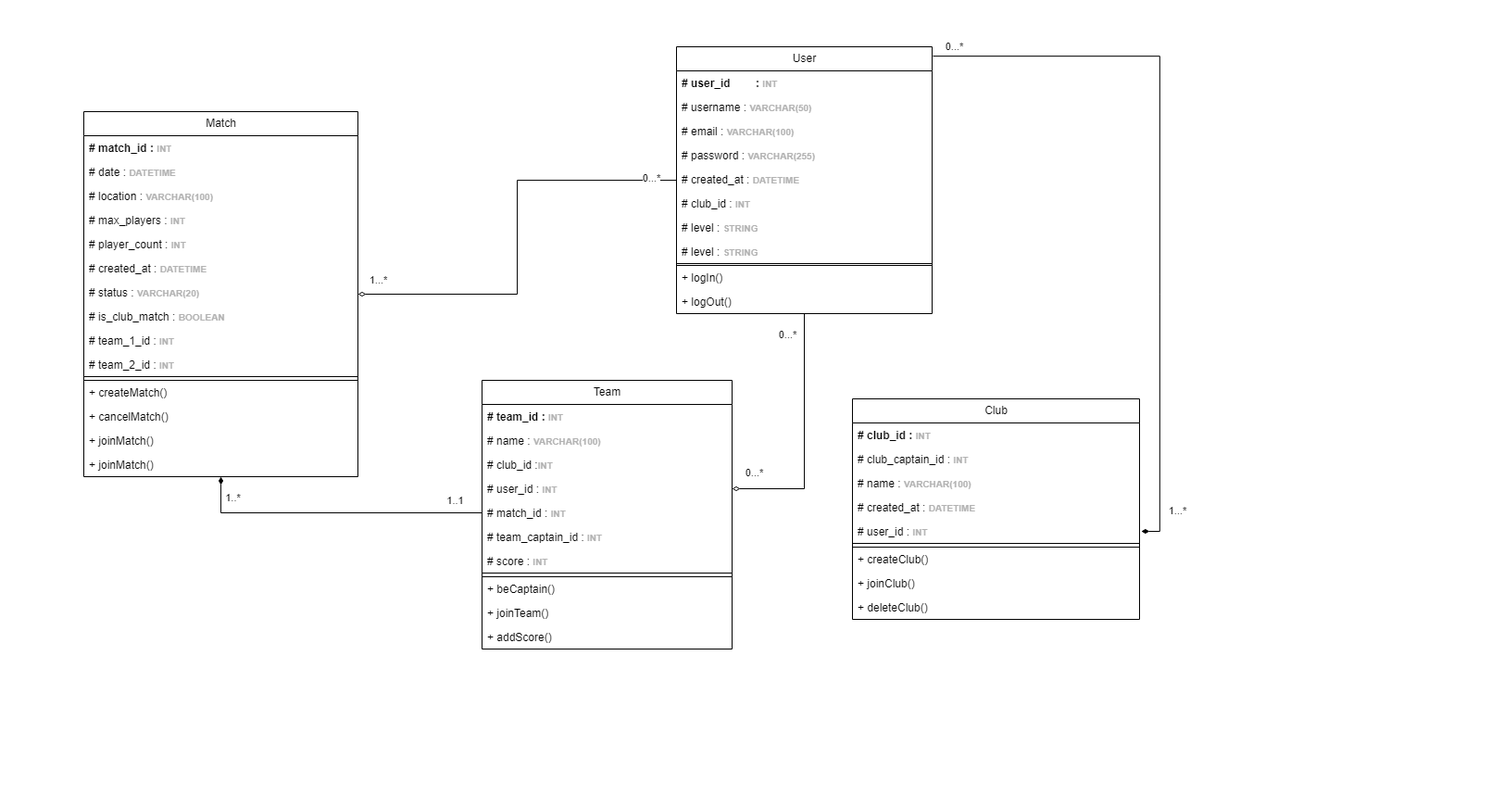
Before: UML Classes.drawio.png, a diagram exported from draw.io (Mathistrg/Styx). Source tidied: cells renumbered, new cells last; positions are measured from the earlier drawing's top-left corner, leaving out a move shared by most shapes.
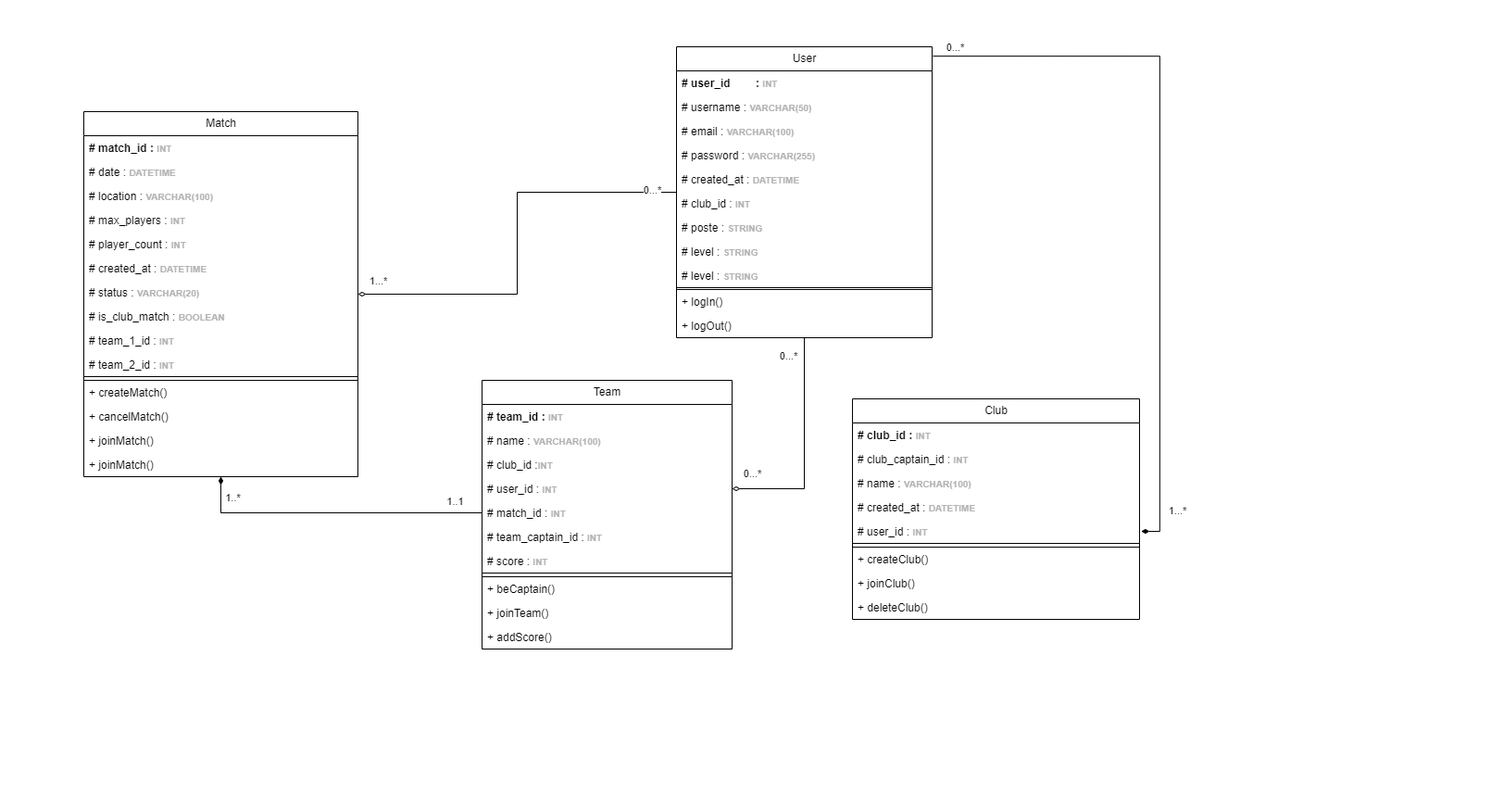
The same file after the commit.

Commit message:
Mettre à jour UML Classes.drawio.png

Change to the diagram source:
```diff
@@ -6,7 +6,7 @@
       <mxGeometry width="1610" height="870" as="geometry" />
     </mxCell>
     <mxCell id="3" value="User" style="swimlane;fontStyle=0;horizontal=1;startSize=26;fillColor=none;html=1;" parent="1" vertex="1">
-      <mxGeometry x="730" y="50" width="276" height="288" as="geometry" />
+      <mxGeometry x="730" y="50" width="276" height="314" as="geometry" />
     </mxCell>
     <mxCell id="4" value="&lt;b&gt;# user_id&lt;span style=&quot;white-space: pre;&quot;&gt;&#9;&lt;/span&gt;:&amp;nbsp;&lt;font style=&quot;font-size: 10px; color: rgb(179, 179, 179);&quot;&gt;INT&amp;nbsp;&lt;/font&gt;&lt;/b&gt;" style="text;strokeColor=none;fillColor=none;align=left;verticalAlign=top;spacingLeft=4;spacingRight=4;overflow=hidden;whiteSpace=wrap;html=1;" parent="3" vertex="1">
       <mxGeometry y="26" width="276" height="26" as="geometry" />
@@ -26,20 +26,23 @@
     <mxCell id="9" value="# club_id :&amp;nbsp;&lt;font color=&quot;#b3b3b3&quot;&gt;&lt;span style=&quot;font-size: 10px;&quot;&gt;&lt;b&gt;INT&amp;nbsp;&lt;/b&gt;&lt;/span&gt;&lt;/font&gt;" style="text;strokeColor=none;fillColor=none;align=left;verticalAlign=top;spacingLeft=4;spacingRight=4;overflow=hidden;whiteSpace=wrap;html=1;" parent="3" vertex="1">
       <mxGeometry y="156" width="276" height="26" as="geometry" />
     </mxCell>
+    <mxCell id="65" value="# poste :&amp;nbsp;&lt;font color=&quot;#b3b3b3&quot;&gt;&lt;span style=&quot;font-size: 10px;&quot;&gt;&lt;b&gt;STRING&amp;nbsp;&lt;/b&gt;&lt;/span&gt;&lt;/font&gt;" style="text;strokeColor=none;fillColor=none;align=left;verticalAlign=top;spacingLeft=4;spacingRight=4;overflow=hidden;whiteSpace=wrap;html=1;" parent="3" vertex="1">
+      <mxGeometry y="182" width="276" height="26" as="geometry" />
+    </mxCell>
     <mxCell id="10" value="# level :&amp;nbsp;&lt;b style=&quot;color: rgb(179, 179, 179); font-size: 10px;&quot;&gt;STRING&lt;/b&gt;" style="text;strokeColor=none;fillColor=none;align=left;verticalAlign=top;spacingLeft=4;spacingRight=4;overflow=hidden;whiteSpace=wrap;html=1;" parent="3" vertex="1">
-      <mxGeometry y="182" width="276" height="26" as="geometry" />
+      <mxGeometry y="208" width="276" height="26" as="geometry" />
     </mxCell>
     <mxCell id="11" value="# level :&amp;nbsp;&lt;b style=&quot;color: rgb(179, 179, 179); font-size: 10px;&quot;&gt;STRING&lt;/b&gt;" style="text;strokeColor=none;fillColor=none;align=left;verticalAlign=top;spacingLeft=4;spacingRight=4;overflow=hidden;whiteSpace=wrap;html=1;" parent="3" vertex="1">
-      <mxGeometry y="208" width="276" height="26" as="geometry" />
+      <mxGeometry y="234" width="276" height="26" as="geometry" />
     </mxCell>
     <mxCell id="12" value="club_id&lt;span style=&quot;white-space: pre;&quot;&gt;&#9;&lt;/span&gt;&lt;span style=&quot;white-space: pre;&quot;&gt;&#9;&lt;/span&gt;&lt;font color=&quot;#b3b3b3&quot;&gt;&lt;span style=&quot;font-size: 10px;&quot;&gt;&lt;b&gt;INT&amp;nbsp;&lt;/b&gt;&lt;/span&gt;&lt;/font&gt;" style="text;strokeColor=default;fillColor=none;align=left;verticalAlign=top;spacingLeft=4;spacingRight=4;overflow=hidden;whiteSpace=wrap;html=1;" parent="3" vertex="1">
-      <mxGeometry y="234" width="276" height="2" as="geometry" />
+      <mxGeometry y="260" width="276" height="2" as="geometry" />
     </mxCell>
     <mxCell id="13" value="+ logIn()" style="text;strokeColor=none;fillColor=none;align=left;verticalAlign=top;spacingLeft=4;spacingRight=4;overflow=hidden;whiteSpace=wrap;html=1;" parent="3" vertex="1">
-      <mxGeometry y="236" width="276" height="26" as="geometry" />
+      <mxGeometry y="262" width="276" height="26" as="geometry" />
     </mxCell>
     <mxCell id="14" value="+ logOut()" style="text;strokeColor=none;fillColor=none;align=left;verticalAlign=top;spacingLeft=4;spacingRight=4;overflow=hidden;whiteSpace=wrap;html=1;" parent="3" vertex="1">
-      <mxGeometry y="262" width="276" height="26" as="geometry" />
+      <mxGeometry y="288" width="276" height="26" as="geometry" />
     </mxCell>
     <mxCell id="15" style="edgeStyle=orthogonalEdgeStyle;rounded=0;jettySize=auto;html=1;endArrow=none;endFill=1;startArrow=diamondThin;startFill=0;" parent="1" edge="1" source="18" target="3">
       <mxGeometry relative="1" as="geometry" />
```
